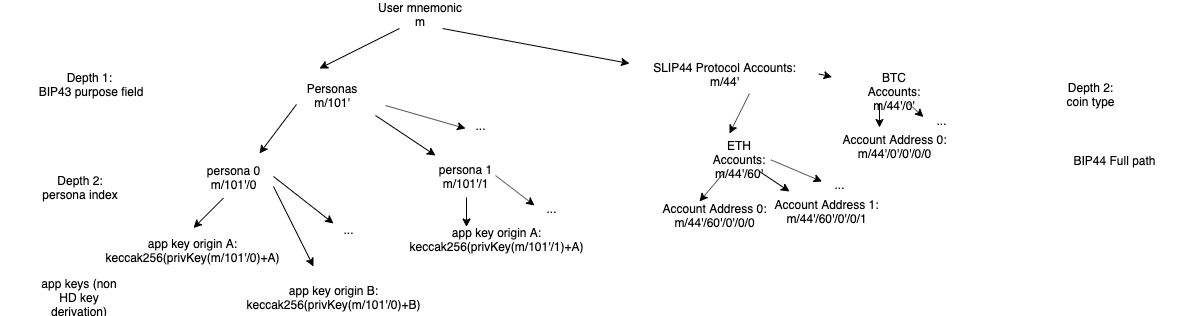
Before: HDtree.png, a diagram exported from draw.io (Bunjin/metamask-research). Source tidied: cells renumbered, new cells last; positions are measured from the earlier drawing's top-left corner, leaving out a move shared by most shapes.
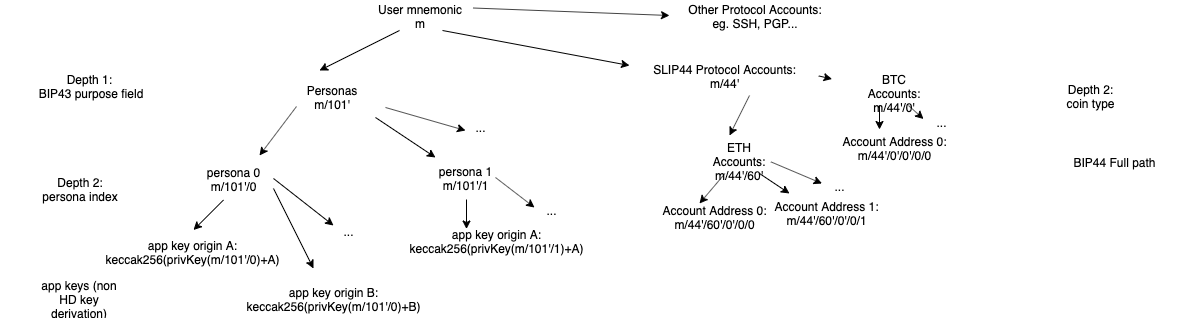
The same diagram one commit later.

What changed in the source:
```diff
@@ -171,5 +171,14 @@
     <mxCell id="41" value="BIP44 Full path" style="text;html=1;strokeColor=none;fillColor=none;align=center;verticalAlign=middle;whiteSpace=wrap;rounded=0;" parent="1" vertex="1">
       <mxGeometry x="1049" y="146.5" width="130" height="20" as="geometry" />
     </mxCell>
+    <mxCell id="42" style="endArrow=classic;html=1;" parent="1" edge="1">
+      <mxGeometry relative="1" as="geometry">
+        <mxPoint x="472.5" y="2.5" as="sourcePoint" />
+        <mxPoint x="669" y="10" as="targetPoint" />
+      </mxGeometry>
+    </mxCell>
+    <mxCell id="43" value="Other Protocol Accounts:&lt;br&gt;eg. SSH, PGP..." style="text;html=1;strokeColor=none;fillColor=none;align=center;verticalAlign=middle;whiteSpace=wrap;rounded=0;" parent="1" vertex="1">
+      <mxGeometry x="669.5" width="169" height="20" as="geometry" />
+    </mxCell>
   </root>
 </mxGraphModel>
```
